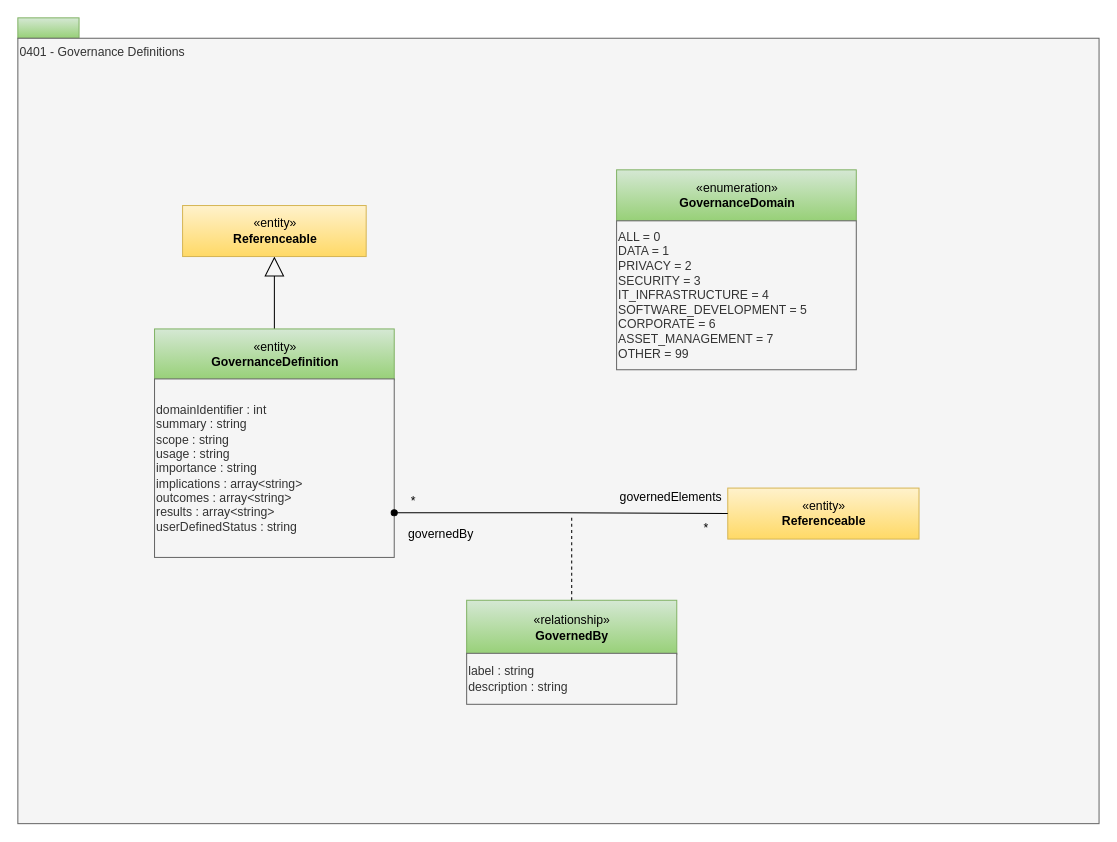
odpi/egeria-docs keeps this draw.io diagram as page "0401-Governance-Definitions" (2 of 30) of site/docs/types/4/area-4-governance.drawio. Above is the earlier version. Source tidied: cells renumbered, new cells numbered last; positions are measured from the earlier drawing's top-left corner, leaving out a move shared by most shapes. Both pictures are drawn from the tidied source at 102%, with x=0, y=0 at pixel (17, 17).
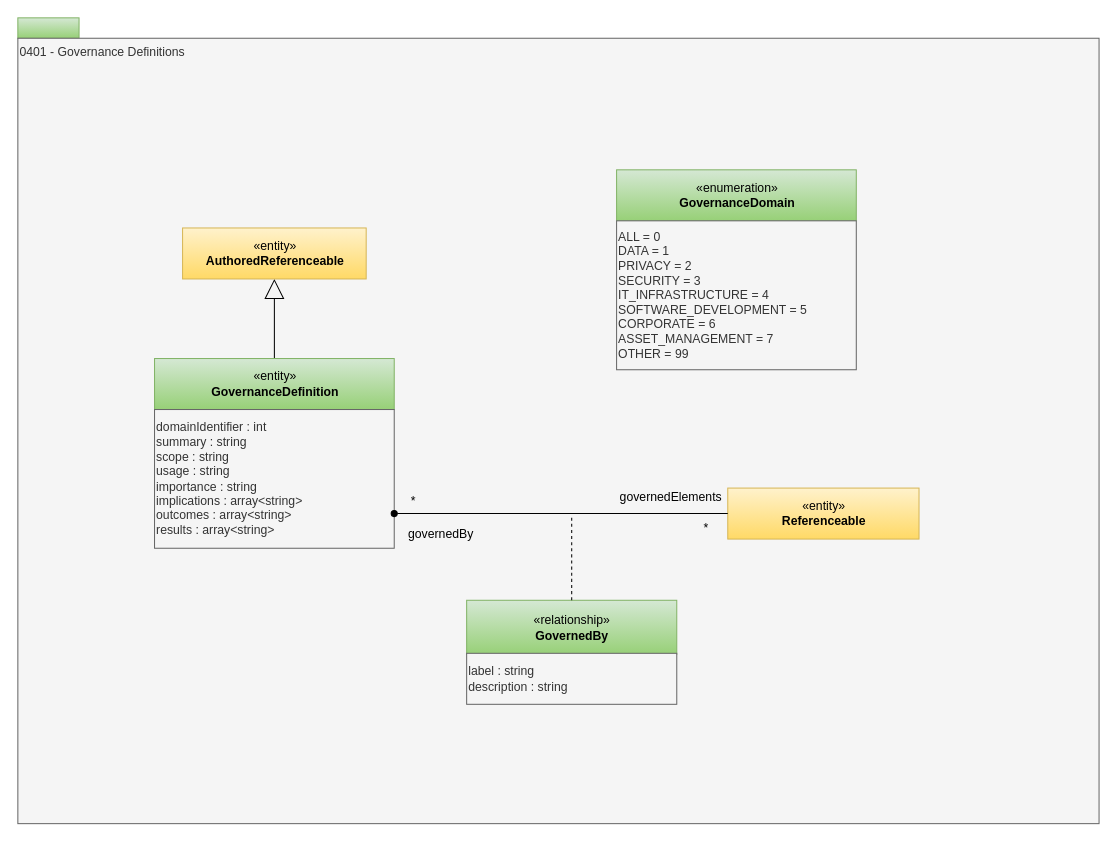
The same diagram, later.

Change to the diagram source:
```diff
@@
 <mxGraphModel>
   <root>
     <mxCell id="0" />
     <mxCell id="1" parent="0" />
     <mxCell id="2" style="rounded=0;whiteSpace=wrap;html=1;align=left;fillColor=#d5e8d4;strokeColor=#82b366;gradientColor=#97d077;" parent="1" vertex="1">
       <mxGeometry width="60" height="20" as="geometry" />
     </mxCell>
     <mxCell id="3" value="0401 - Governance Definitions" style="rounded=0;whiteSpace=wrap;html=1;align=left;verticalAlign=top;fillColor=#f5f5f5;fontColor=#333333;strokeColor=#666666;" parent="1" vertex="1">
       <mxGeometry y="20" width="1060" height="770" as="geometry" />
     </mxCell>
     <mxCell id="4" style="edgeStyle=orthogonalEdgeStyle;rounded=0;jettySize=auto;html=1;exitX=0.5;exitY=0;exitDx=0;exitDy=0;entryX=0.5;entryY=1;entryDx=0;entryDy=0;endArrow=block;endFill=0;endSize=17;" parent="1" edge="1" source="5" target="6">
       <mxGeometry relative="1" as="geometry" />
     </mxCell>
     <mxCell id="5" value="«entity»&lt;br&gt;&lt;b&gt;GovernanceDefinition&lt;/b&gt;" style="html=1;strokeColor=#82b366;align=center;fillColor=#d5e8d4;gradientColor=#97d077;" parent="1" vertex="1">
-      <mxGeometry x="134" y="305" width="235" height="50" as="geometry" />
+      <mxGeometry x="134" y="334" width="235" height="50" as="geometry" />
     </mxCell>
-    <mxCell id="6" value="«entity»&lt;br&gt;&lt;b&gt;Referenceable&lt;/b&gt;" style="html=1;strokeColor=#d6b656;align=center;fillColor=#fff2cc;gradientColor=#ffd966;" parent="1" vertex="1">
-      <mxGeometry x="161.5" y="184" width="180" height="50" as="geometry" />
+    <mxCell id="6" value="«entity»&lt;br&gt;&lt;b&gt;AuthoredReferenceable&lt;/b&gt;" style="html=1;strokeColor=#d6b656;align=center;fillColor=#fff2cc;gradientColor=#ffd966;" parent="1" vertex="1">
+      <mxGeometry x="161.5" y="206" width="180" height="50" as="geometry" />
     </mxCell>
-    <mxCell id="7" value="&lt;div&gt;domainIdentifier : int&lt;br&gt;&lt;div&gt;summary : string&lt;br&gt;scope : string&lt;br&gt;usage : string&lt;br&gt;importance : string&lt;br&gt;implications : array&amp;lt;string&amp;gt;&lt;br&gt;outcomes : array&amp;lt;string&amp;gt;&lt;br&gt;results : array&amp;lt;string&amp;gt;&lt;/div&gt;&lt;div&gt;userDefinedStatus : string&lt;/div&gt;&lt;/div&gt;" style="rounded=0;whiteSpace=wrap;html=1;strokeColor=#666666;align=left;fillColor=#f5f5f5;fontColor=#333333;" parent="1" vertex="1">
-      <mxGeometry x="134" y="354" width="235" height="175" as="geometry" />
+    <mxCell id="7" value="domainIdentifier : int&lt;br&gt;&lt;div&gt;summary : string&lt;br&gt;scope : string&lt;br&gt;usage : string&lt;br&gt;importance : string&lt;br&gt;implications : array&amp;lt;string&amp;gt;&lt;br&gt;outcomes : array&amp;lt;string&amp;gt;&lt;br&gt;results : array&amp;lt;string&amp;gt;&lt;/div&gt;" style="rounded=0;whiteSpace=wrap;html=1;strokeColor=#666666;align=left;fillColor=#f5f5f5;fontColor=#333333;" parent="1" vertex="1">
+      <mxGeometry x="134" y="384" width="235" height="136" as="geometry" />
     </mxCell>
     <mxCell id="8" value="«enumeration»&lt;br&gt;&lt;b&gt;GovernanceDomain&lt;/b&gt;" style="html=1;strokeColor=#82b366;align=center;fillColor=#d5e8d4;gradientColor=#97d077;" parent="1" vertex="1">
       <mxGeometry x="587" y="149" width="235" height="50" as="geometry" />
     </mxCell>
     <mxCell id="9" value="ALL = 0&lt;br&gt;DATA = 1&lt;br&gt;PRIVACY = 2&lt;br&gt;SECURITY = 3&lt;br&gt;IT_INFRASTRUCTURE = 4&lt;br&gt;SOFTWARE_DEVELOPMENT = 5&lt;br&gt;CORPORATE = 6&lt;br&gt;ASSET_MANAGEMENT = 7&lt;br&gt;OTHER = 99" style="rounded=0;whiteSpace=wrap;html=1;strokeColor=#666666;align=left;fillColor=#f5f5f5;fontColor=#333333;" parent="1" vertex="1">
       <mxGeometry x="587" y="199" width="235" height="146" as="geometry" />
     </mxCell>
     <mxCell id="10" value="«entity»&lt;br&gt;&lt;b&gt;Referenceable&lt;/b&gt;" style="html=1;strokeColor=#d6b656;align=center;fillColor=#fff2cc;gradientColor=#ffd966;" parent="1" vertex="1">
       <mxGeometry x="696" y="461" width="187.5" height="50" as="geometry" />
     </mxCell>
     <mxCell id="11" style="edgeStyle=orthogonalEdgeStyle;rounded=0;html=1;jettySize=auto;endArrow=none;endFill=0;exitX=1;exitY=0.75;exitDx=0;exitDy=0;startArrow=oval;startFill=1;" parent="1" edge="1" source="7" target="10">
       <mxGeometry relative="1" as="geometry" />
     </mxCell>
     <mxCell id="12" value="*" style="text;html=1;strokeColor=none;fillColor=none;align=center;verticalAlign=middle;whiteSpace=wrap;rounded=0;" parent="1" vertex="1">
       <mxGeometry x="662" y="492" width="26" height="18" as="geometry" />
     </mxCell>
     <mxCell id="13" value="«relationship»&lt;br&gt;&lt;b&gt;GovernedBy&lt;/b&gt;" style="html=1;strokeColor=#82b366;align=center;fillColor=#d5e8d4;gradientColor=#97d077;" parent="1" vertex="1">
       <mxGeometry x="440" y="571" width="206" height="53" as="geometry" />
     </mxCell>
     <mxCell id="14" style="endArrow=none;dashed=1;html=1;" parent="1" edge="1" target="13">
       <mxGeometry relative="1" as="geometry">
         <mxPoint x="543" y="490" as="sourcePoint" />
       </mxGeometry>
     </mxCell>
     <mxCell id="15" value="label : string&lt;div&gt;description : string&lt;/div&gt;" style="rounded=0;whiteSpace=wrap;html=1;strokeColor=#666666;align=left;fillColor=#f5f5f5;fontColor=#333333;" parent="1" vertex="1">
       <mxGeometry x="440" y="623" width="206" height="50" as="geometry" />
     </mxCell>
     <mxCell id="16" value="governedBy" style="text;html=1;strokeColor=none;fillColor=none;align=center;verticalAlign=middle;whiteSpace=wrap;rounded=0;" parent="1" vertex="1">
       <mxGeometry x="352" y="496" width="126" height="20" as="geometry" />
     </mxCell>
     <mxCell id="17" value="governedElements" style="text;html=1;strokeColor=none;fillColor=none;align=center;verticalAlign=middle;whiteSpace=wrap;rounded=0;" parent="1" vertex="1">
       <mxGeometry x="573" y="460" width="135" height="20" as="geometry" />
     </mxCell>
     <mxCell id="18" value="*" style="text;html=1;strokeColor=none;fillColor=none;align=center;verticalAlign=middle;whiteSpace=wrap;rounded=0;" parent="1" vertex="1">
       <mxGeometry x="375" y="465" width="26" height="18" as="geometry" />
     </mxCell>
   </root>
 </mxGraphModel>
```
